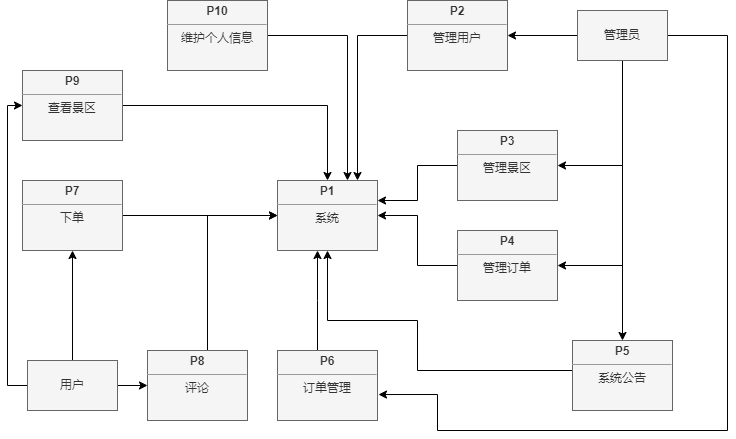
The draw.io diagram sql/系统数据流图（顶层）.png in ren9901/tourism-j2ee-wx, before a commit. Source tidied: cells renumbered, new cells last; positions are measured from the earlier drawing's top-left corner, leaving out a move shared by most shapes.
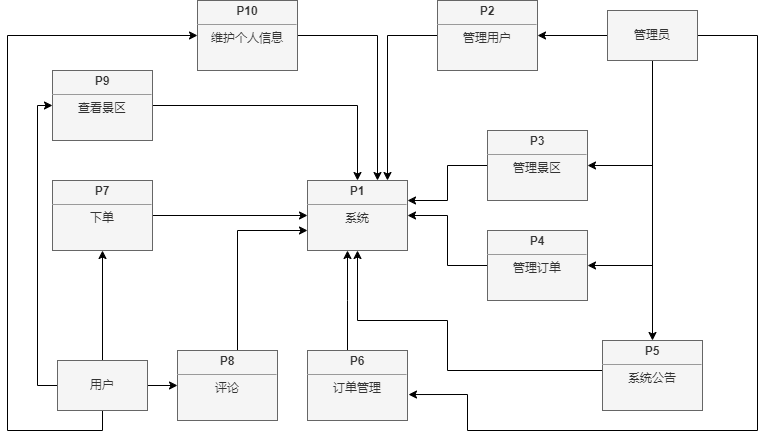
After the commit.

Commit message:
更新系统数据流图（顶层）.png

The edit, as a diff of the source:
```diff
@@ -19,6 +19,15 @@
         </Array>
       </mxGeometry>
     </mxCell>
+    <mxCell id="31" style="edgeStyle=orthogonalEdgeStyle;rounded=0;jettySize=auto;html=1;" parent="1" edge="1" source="6" target="30">
+      <mxGeometry relative="1" as="geometry">
+        <Array as="points">
+          <mxPoint x="65" y="430" />
+          <mxPoint x="-30" y="430" />
+          <mxPoint x="-30" y="35" />
+        </Array>
+      </mxGeometry>
+    </mxCell>
     <mxCell id="6" value="用户" style="html=1;whiteSpace=wrap;fillColor=#f5f5f5;strokeColor=#666666;fontColor=#333333;" parent="1" vertex="1">
       <mxGeometry x="20" y="360" width="90" height="50" as="geometry" />
     </mxCell>
@@ -119,7 +128,7 @@
     <mxCell id="25" style="edgeStyle=orthogonalEdgeStyle;rounded=0;jettySize=auto;html=1;" parent="1" edge="1" source="26" target="2">
       <mxGeometry relative="1" as="geometry">
         <Array as="points">
-          <mxPoint x="200" y="215" />
+          <mxPoint x="200" y="230" />
         </Array>
       </mxGeometry>
     </mxCell>
```
